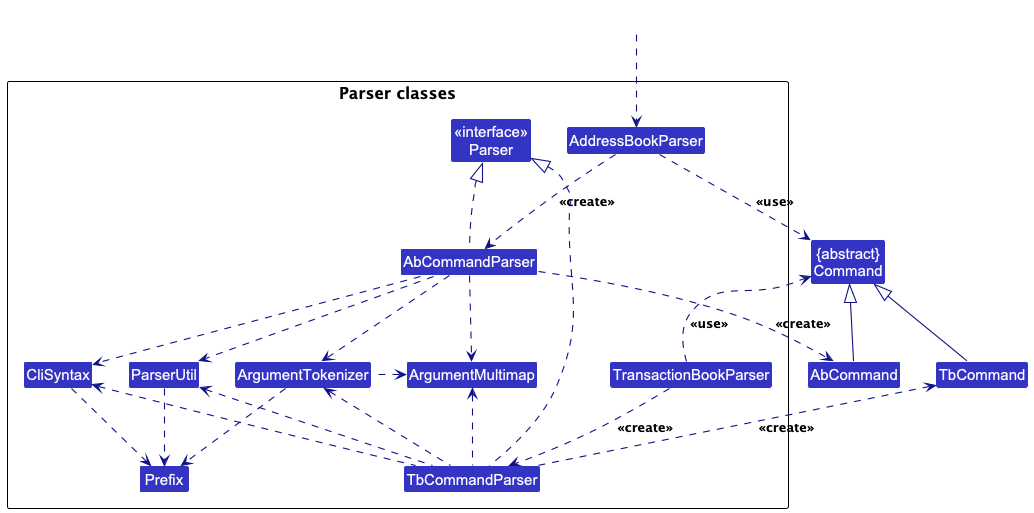
Before: docs/images/ParserClasses.png, a diagram exported from PlantUML (nus-cs2103-AY2425S1/tp).
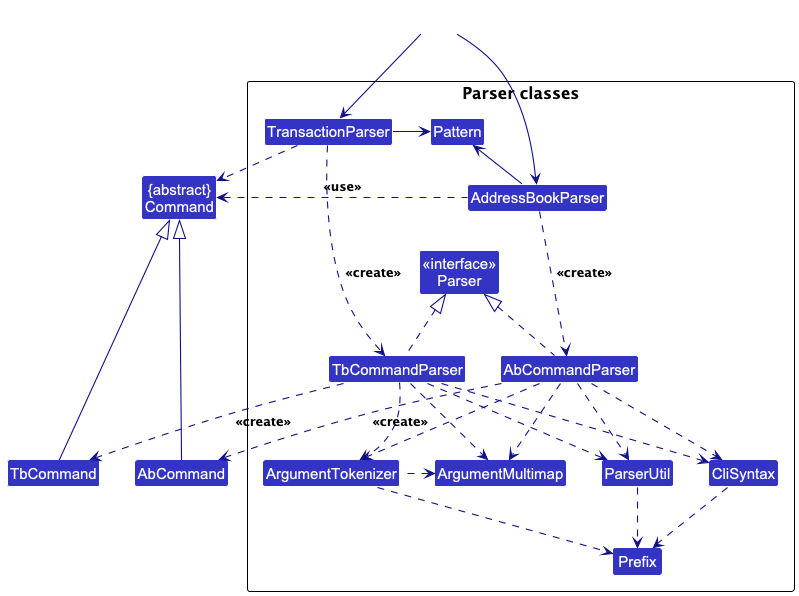
After the change.

Commit message:
Update Class diagram of Parser Classes

Change to the diagram source:
```diff
@@ -11,7 +11,7 @@
 package "Parser classes"{
 Class "<<interface>>\nParser" as Parser
 Class AddressBookParser
-Class TransactionBookParser
+Class TransactionParser
 Class AbCommandParser
 Class TbCommandParser
 Class CliSyntax
@@ -19,34 +19,39 @@
 Class ArgumentMultimap
 Class ArgumentTokenizer
 Class Prefix
+Class Pattern
 }
 
 Class HiddenOutside #FFFFFF
-HiddenOutside ..> AddressBookParser
+HiddenOutside --> AddressBookParser
+HiddenOutside --> TransactionParser
 
-AddressBookParser .down.> AbCommandParser: <<create>>
-
-AbCommandParser ..> AbCommand : <<create>>
-AddressBookParser ..> Command : <<use>>
-AbCommandParser .up.|> Parser
-AbCommandParser ..> ArgumentMultimap
-AbCommandParser ..> ArgumentTokenizer
 ArgumentTokenizer .left.> ArgumentMultimap
-AbCommandParser ..> CliSyntax
 CliSyntax ..> Prefix
 AbCommandParser ..> ParserUtil
 ParserUtil .down.> Prefix
 ArgumentTokenizer .down.> Prefix
 AbCommand -up-|> Command
 
-TransactionBookParser .down.> TbCommandParser: <<create>>
+AddressBookParser -left-> Pattern
+AddressBookParser .down.> AbCommandParser: <<create>>
+AbCommandParser ..> AbCommand : <<create>>
+AddressBookParser .left.> Command : <<use>>
+AbCommandParser .up.|> Parser
+AbCommandParser ..> ArgumentMultimap
+AbCommandParser ..> ArgumentTokenizer
+AbCommandParser ..> CliSyntax
 
-TbCommandParser .up.> TbCommand : <<create>>
-TransactionBookParser ..> Command : <<use>>
+TransactionParser -right-> Pattern
+TransactionParser .down.> TbCommandParser: <<create>>
+TbCommandParser ..> TbCommand : <<create>>
+TransactionParser .right.> Command : <<use>>
 TbCommandParser .up.|> Parser
-TbCommandParser .up.> ArgumentMultimap
-TbCommandParser .up.> ArgumentTokenizer
-TbCommandParser .up.> CliSyntax
-TbCommandParser .up.> ParserUtil
+TbCommandParser ..> ArgumentMultimap
+TbCommandParser ..> ArgumentTokenizer
+TbCommandParser ..> CliSyntax
+TbCommandParser ..> ParserUtil
 TbCommand -up-|> Command
+
+Pattern -down[hidden]- Parser
 @enduml
```
